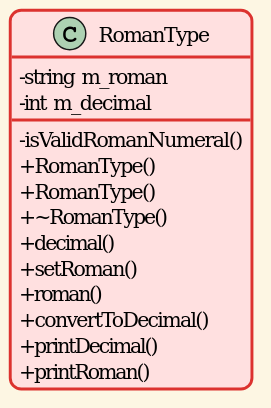
Before: M01/roman_decimal_convert/Flowcharts_UML/class.svg, a diagram exported from PlantUML (codeninja2000/CSCI202). Source of this version:
```plantuml
@startuml
!theme sunlust
skinparam ClassAttributeIconSize 0
class RomanType {
    - string m_roman
    - int m_decimal
    - isValidRomanNumeral()
    + RomanType()
    + RomanType()
    + ~RomanType()
    + decimal()
    + setRoman()
    + roman()
    + convertToDecimal()
    + printDecimal()
    + printRoman()

}
@enduml
```
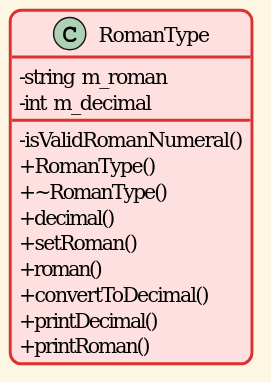
The same diagram one commit later.

What changed in the source:
```diff
@@ -5,7 +5,6 @@
     - string m_roman
     - int m_decimal
     - isValidRomanNumeral()
-    + RomanType()
     + RomanType()
     + ~RomanType()
     + decimal()
```
